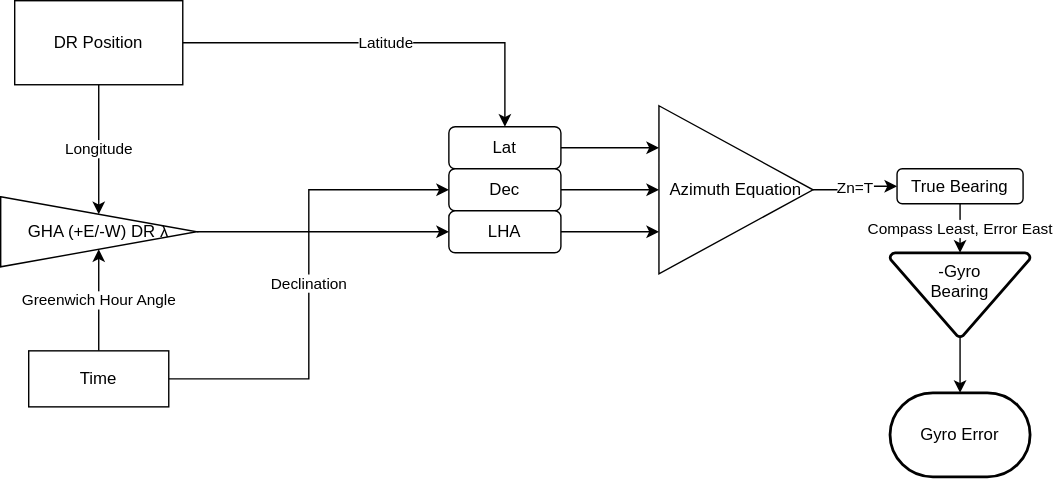
This is doubleget.svg from averagejoey2000/writing, a draw.io export, as it was before one commit. Source tidied: cells renumbered, new cells last; positions are measured from the earlier drawing's top-left corner, leaving out a move shared by most shapes.
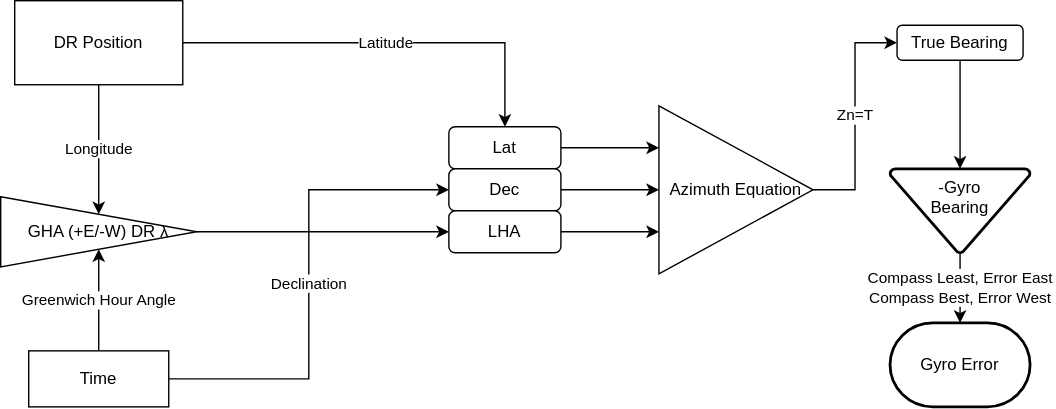
The same file after the commit.

What changed in the source:
```diff
@@ -51,18 +51,18 @@
       <mxGeometry y="140" width="140" height="50" as="geometry" />
     </mxCell>
     <mxCell id="18" value="True Bearing" style="rounded=1;whiteSpace=wrap;html=1;" parent="1" vertex="1">
-      <mxGeometry x="640" y="120" width="90" height="25" as="geometry" />
+      <mxGeometry x="640" y="17.5" width="90" height="25" as="geometry" />
     </mxCell>
     <mxCell id="19" value="&lt;div&gt;-Gyro &lt;br&gt;&lt;/div&gt;&lt;div&gt;Bearing&lt;br&gt;&lt;/div&gt;" style="strokeWidth=2;html=1;shape=mxgraph.flowchart.merge_or_storage;verticalAlign=top;whiteSpace=wrap;" parent="1" vertex="1">
-      <mxGeometry x="635" y="180" width="100" height="60" as="geometry" />
+      <mxGeometry x="635" y="120" width="100" height="60" as="geometry" />
     </mxCell>
     <mxCell id="20" value="Gyro Error" style="strokeWidth=2;html=1;shape=mxgraph.flowchart.terminator;whiteSpace=wrap;" parent="1" vertex="1">
-      <mxGeometry x="635" y="280" width="100" height="60" as="geometry" />
+      <mxGeometry x="635" y="230" width="100" height="60" as="geometry" />
     </mxCell>
-    <mxCell id="21" value="Compass Least, Error East" style="edgeStyle=orthogonalEdgeStyle;rounded=0;jettySize=auto;html=1;exitX=0.5;exitY=1;exitDx=0;exitDy=0;entryX=0.5;entryY=0;entryDx=0;entryDy=0;entryPerimeter=0;" parent="1" edge="1" source="18" target="19">
+    <mxCell id="21" style="edgeStyle=orthogonalEdgeStyle;rounded=0;jettySize=auto;html=1;exitX=0.5;exitY=1;exitDx=0;exitDy=0;entryX=0.5;entryY=0;entryDx=0;entryDy=0;entryPerimeter=0;" parent="1" edge="1" source="18" target="19">
       <mxGeometry relative="1" as="geometry" />
     </mxCell>
-    <mxCell id="22" style="edgeStyle=orthogonalEdgeStyle;rounded=0;jettySize=auto;html=1;exitX=0.5;exitY=1;exitDx=0;exitDy=0;exitPerimeter=0;entryX=0.5;entryY=0;entryDx=0;entryDy=0;entryPerimeter=0;" parent="1" edge="1" source="19" target="20">
+    <mxCell id="22" value="&lt;div&gt;Compass Least, Error East&lt;/div&gt;&lt;div&gt;Compass Best, Error West&lt;br&gt;&lt;/div&gt;" style="edgeStyle=orthogonalEdgeStyle;rounded=0;jettySize=auto;html=1;exitX=0.5;exitY=1;exitDx=0;exitDy=0;exitPerimeter=0;entryX=0.5;entryY=0;entryDx=0;entryDy=0;entryPerimeter=0;" parent="1" edge="1" source="19" target="20">
       <mxGeometry relative="1" as="geometry" />
     </mxCell>
   </root>
```
